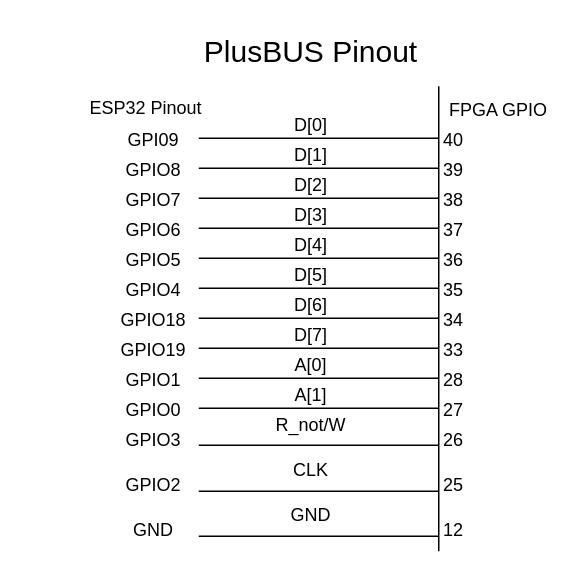
Above: figures/prototype/plusbus/plus_bus_pinout.drawio in Niclasapdk/ESD3_project (draw.io), before the change. Source tidied: cells renumbered, new cells numbered last; positions are measured from the earlier drawing's top-left corner, leaving out a move shared by most shapes. Both pictures are drawn from the tidied source at 150%, with x=0, y=0 at pixel (26, 26).
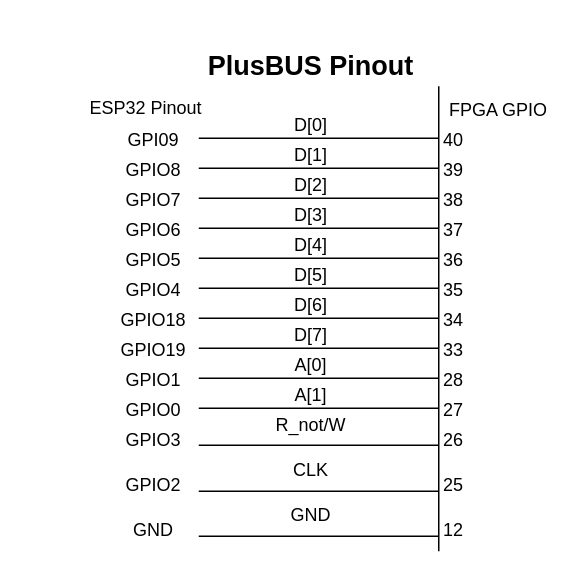
The same page after the edit.

Diff of the diagram source:
```diff
@@
-    <mxCell id="16" value="PlusBUS Pinout" style="text;strokeColor=none;fillColor=none;align=center;verticalAlign=middle;rounded=0;fontSize=20;" parent="1" vertex="1">
-      <mxGeometry x="150" width="80" height="30" as="geometry" />
+    <mxCell id="16" value="PlusBUS Pinout" style="text;strokeColor=none;fillColor=none;align=center;verticalAlign=middle;rounded=0;fontSize=18;fontStyle=1;" parent="1" vertex="1">
+      <mxGeometry x="110" y="10" width="160" height="30" as="geometry" />
     </mxCell>
```
